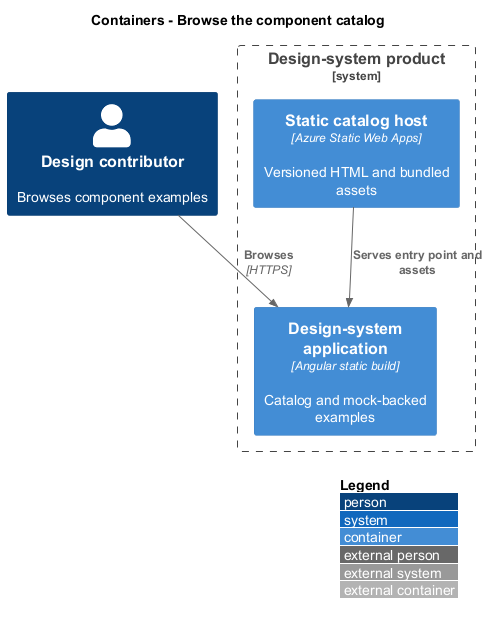
Before: docs/detailed-designs/design-system/browse-component-catalog/diagrams/c4-container.png, a diagram exported from PlantUML (QuinntyneBrown/quinntyne-brown-studio). Source of this version:
```plantuml
@startuml
!include <C4/C4_Container>
LAYOUT_WITH_LEGEND()
title Containers - Browse the component catalog
Person(actor, "Design contributor", "Browses component examples")
System_Boundary(system, "Design-system product") {
 Container(catalog, "Design-system application", "Angular static build", "Catalog and mock-backed examples")
 Container(host, "Static catalog host", "Azure Static Web Apps", "Versioned HTML and bundled assets")
}
Rel(actor, catalog, "Browses", "HTTPS")
Rel(host, catalog, "Serves entry point and assets")
@enduml
```
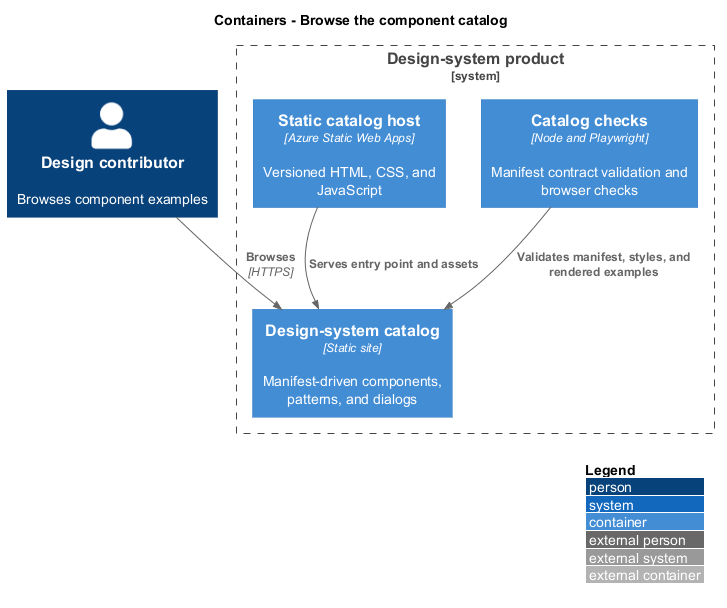
After the change.

The edit, as a diff of the source:
```diff
@@ -4,9 +4,11 @@
 title Containers - Browse the component catalog
 Person(actor, "Design contributor", "Browses component examples")
 System_Boundary(system, "Design-system product") {
- Container(catalog, "Design-system application", "Angular static build", "Catalog and mock-backed examples")
- Container(host, "Static catalog host", "Azure Static Web Apps", "Versioned HTML and bundled assets")
+ Container(catalog, "Design-system catalog", "Static site", "Manifest-driven components, patterns, and dialogs")
+ Container(checks, "Catalog checks", "Node and Playwright", "Manifest contract validation and browser checks")
+ Container(host, "Static catalog host", "Azure Static Web Apps", "Versioned HTML, CSS, and JavaScript")
 }
 Rel(actor, catalog, "Browses", "HTTPS")
+Rel(checks, catalog, "Validates manifest, styles, and rendered examples")
 Rel(host, catalog, "Serves entry point and assets")
 @enduml
```
